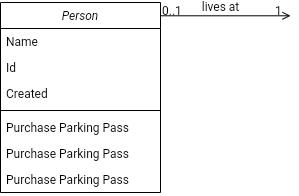
Before: HNGx2UML.drawio.png, a diagram exported from draw.io (phurhard/HNGx2). Source tidied: cells renumbered, new cells last; positions are measured from the earlier drawing's top-left corner, leaving out a move shared by most shapes.
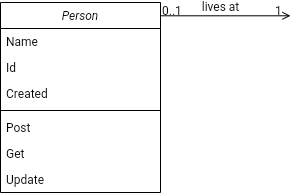
After the commit.

Diff of the diagram source:
```diff
@@ -17,13 +17,13 @@
     <mxCell id="6" style="line;html=1;strokeWidth=1;align=left;verticalAlign=middle;spacingTop=-1;spacingLeft=3;spacingRight=3;labelPosition=right;" parent="2" vertex="1">
       <mxGeometry y="104" width="160" height="8" as="geometry" />
     </mxCell>
-    <mxCell id="7" value="Purchase Parking Pass" style="text;align=left;verticalAlign=top;spacingLeft=4;spacingRight=4;overflow=hidden;" parent="2" vertex="1">
+    <mxCell id="7" value="Post" style="text;align=left;verticalAlign=top;spacingLeft=4;spacingRight=4;overflow=hidden;" parent="2" vertex="1">
       <mxGeometry y="112" width="160" height="26" as="geometry" />
     </mxCell>
-    <mxCell id="8" value="Purchase Parking Pass" style="text;align=left;verticalAlign=top;spacingLeft=4;spacingRight=4;overflow=hidden;" parent="2" vertex="1">
+    <mxCell id="8" value="Get" style="text;align=left;verticalAlign=top;spacingLeft=4;spacingRight=4;overflow=hidden;" parent="2" vertex="1">
       <mxGeometry y="138" width="160" height="26" as="geometry" />
     </mxCell>
-    <mxCell id="9" value="Purchase Parking Pass" style="text;align=left;verticalAlign=top;spacingLeft=4;spacingRight=4;overflow=hidden;" parent="2" vertex="1">
+    <mxCell id="9" value="Update" style="text;align=left;verticalAlign=top;spacingLeft=4;spacingRight=4;overflow=hidden;" parent="2" vertex="1">
       <mxGeometry y="164" width="160" height="26" as="geometry" />
     </mxCell>
     <mxCell id="10" style="endArrow=open;shadow=0;strokeWidth=1;rounded=0;endFill=1;edgeStyle=elbowEdgeStyle;elbow=vertical;" parent="1" edge="1" source="2">
```
